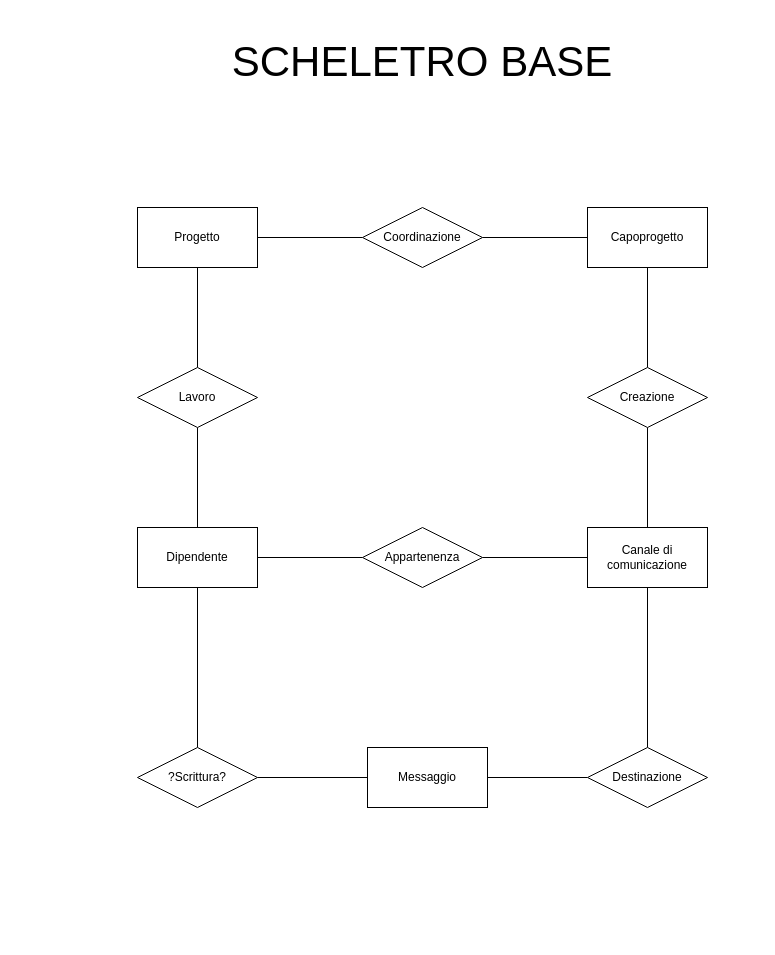
The draw.io diagram page "Page-1" (1 of 3) of Relazione/Schema ER/scheletro.drawio in martafra/BD-Chat-Multicanale, before the edit. Source tidied: cells renumbered, new cells numbered last; positions are measured from the earlier drawing's top-left corner, leaving out a move shared by most shapes. Both pictures are drawn from the tidied source at 100%, with x=0, y=0 at pixel (87, 17).
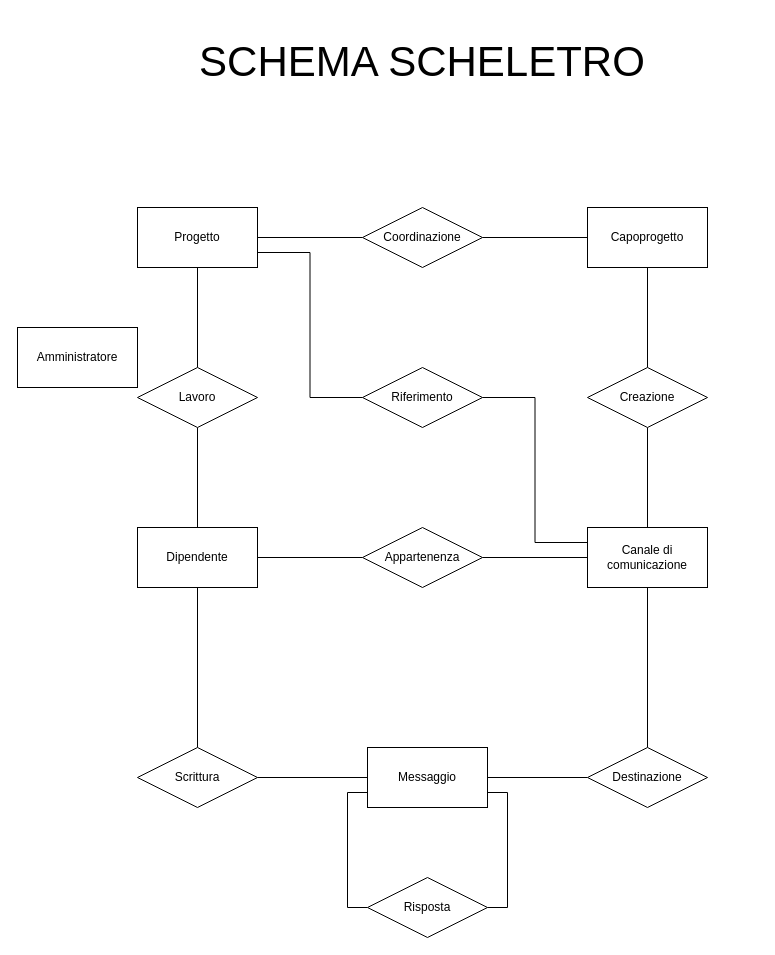
Above is the later version.

Commit message:
Schema scheletro + definizione attributi

The change refers to these unchanged cells:
```xml
<mxCell id="3" value="Progetto" style="rounded=0;whiteSpace=wrap;html=1;" parent="1" vertex="1">
  <mxGeometry x="50" y="190" width="120" height="60" as="geometry" />
</mxCell>
<mxCell id="16" value="Canale di comunicazione" style="rounded=0;whiteSpace=wrap;html=1;" parent="1" vertex="1">
  <mxGeometry x="500" y="510" width="120" height="60" as="geometry" />
</mxCell>
<mxCell id="17" value="Messaggio" style="rounded=0;whiteSpace=wrap;html=1;" parent="1" vertex="1">
  <mxGeometry x="280" y="730" width="120" height="60" as="geometry" />
</mxCell>
```

What changed in the source:
```diff
@@
+    <mxCell id="26" style="edgeStyle=orthogonalEdgeStyle;rounded=0;jettySize=auto;html=1;exitX=1;exitY=0.75;exitDx=0;exitDy=0;entryX=0;entryY=0.5;entryDx=0;entryDy=0;endArrow=none;endFill=0;" parent="1" edge="1" source="3" target="31">
+      <mxGeometry relative="1" as="geometry" />
+    </mxCell>
@@
+    <mxCell id="27" style="edgeStyle=orthogonalEdgeStyle;rounded=0;jettySize=auto;html=1;exitX=0;exitY=0.75;exitDx=0;exitDy=0;entryX=0;entryY=0.5;entryDx=0;entryDy=0;endArrow=none;endFill=0;" parent="1" edge="1" source="17" target="29">
+      <mxGeometry relative="1" as="geometry" />
+    </mxCell>
@@
-    <mxCell id="19" value="?Scrittura?" style="shape=rhombus;perimeter=rhombusPerimeter;whiteSpace=wrap;html=1;align=center;" parent="1" vertex="1">
+    <mxCell id="19" value="Scrittura" style="shape=rhombus;perimeter=rhombusPerimeter;whiteSpace=wrap;html=1;align=center;" parent="1" vertex="1">
       <mxGeometry x="50" y="730" width="120" height="60" as="geometry" />
     </mxCell>
@@
-    <mxCell id="25" value="SCHELETRO BASE" style="text;html=1;strokeColor=none;fillColor=none;align=center;verticalAlign=middle;whiteSpace=wrap;rounded=0;fontSize=42;" parent="1" vertex="1">
+    <mxCell id="25" value="SCHEMA SCHELETRO" style="text;html=1;strokeColor=none;fillColor=none;align=center;verticalAlign=middle;whiteSpace=wrap;rounded=0;fontSize=42;" parent="1" vertex="1">
       <mxGeometry width="670" height="90" as="geometry" />
     </mxCell>
+    <mxCell id="28" style="edgeStyle=orthogonalEdgeStyle;rounded=0;jettySize=auto;html=1;exitX=1;exitY=0.5;exitDx=0;exitDy=0;entryX=1;entryY=0.75;entryDx=0;entryDy=0;endArrow=none;endFill=0;" parent="1" edge="1" source="29" target="17">
+      <mxGeometry relative="1" as="geometry" />
+    </mxCell>
+    <mxCell id="29" value="Risposta" style="shape=rhombus;perimeter=rhombusPerimeter;whiteSpace=wrap;html=1;align=center;" parent="1" vertex="1">
+      <mxGeometry x="280" y="860" width="120" height="60" as="geometry" />
+    </mxCell>
+    <mxCell id="30" style="edgeStyle=orthogonalEdgeStyle;rounded=0;jettySize=auto;html=1;exitX=1;exitY=0.5;exitDx=0;exitDy=0;entryX=0;entryY=0.25;entryDx=0;entryDy=0;endArrow=none;endFill=0;" parent="1" edge="1" source="31" target="16">
+      <mxGeometry relative="1" as="geometry" />
+    </mxCell>
+    <mxCell id="31" value="Riferimento" style="shape=rhombus;perimeter=rhombusPerimeter;whiteSpace=wrap;html=1;align=center;" parent="1" vertex="1">
+      <mxGeometry x="275" y="350" width="120" height="60" as="geometry" />
+    </mxCell>
+    <mxCell id="32" value="Amministratore" style="rounded=0;whiteSpace=wrap;html=1;" parent="1" vertex="1">
+      <mxGeometry x="-70" y="310" width="120" height="60" as="geometry" />
+    </mxCell>
```
